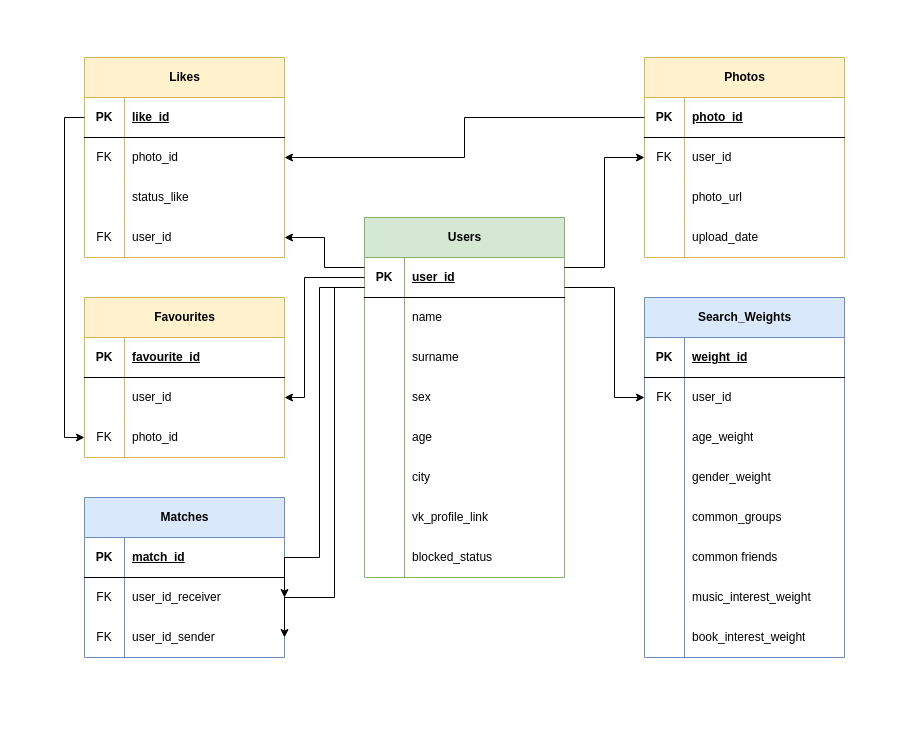
Before: DB/scheme_for_site.drawio in backsty/acquaintances_vkbot, a draw.io diagram. Source tidied: cells renumbered, new cells numbered last; positions are measured from the earlier drawing's top-left corner, leaving out a move shared by most shapes. Both pictures are drawn from the tidied source at 100%, with x=0, y=0 at pixel (84, 57).
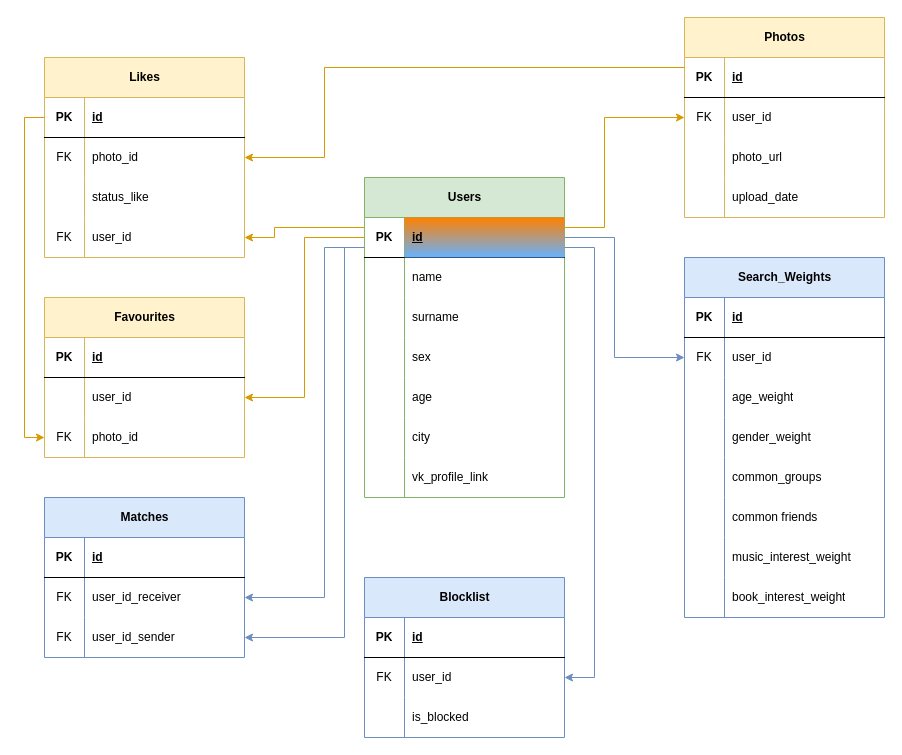
Above is the later version.

The change refers to these unchanged cells:
```xml
<mxCell id="3" style="shape=tableRow;horizontal=0;startSize=0;swimlaneHead=0;swimlaneBody=0;fillColor=none;points=[[0,0.5],[1,0.5]];portConstraint=eastwest;top=0;left=0;right=0;bottom=1;" parent="2" vertex="1">
  <mxGeometry y="40" width="200" height="40" as="geometry" />
</mxCell>
<mxCell id="28" style="shape=tableRow;horizontal=0;startSize=0;swimlaneHead=0;swimlaneBody=0;fillColor=none;top=0;left=0;right=0;bottom=1;" parent="27" vertex="1">
  <mxGeometry y="40" width="200" height="40" as="geometry" />
</mxCell>
<mxCell id="31" style="shape=tableRow;horizontal=0;startSize=0;swimlaneHead=0;swimlaneBody=0;fillColor=none;points=[[0,0.5],[1,0.5]];portConstraint=eastwest;top=0;left=0;right=0;bottom=0;" parent="27" vertex="1">
  <mxGeometry y="80" width="200" height="40" as="geometry" />
</mxCell>
<mxCell id="34" style="shape=tableRow;horizontal=0;startSize=0;swimlaneHead=0;swimlaneBody=0;fillColor=none;points=[[0,0.5],[1,0.5]];portConstraint=eastwest;top=0;left=0;right=0;bottom=0;" parent="27" vertex="1">
  <mxGeometry y="120" width="200" height="40" as="geometry" />
</mxCell>
<mxCell id="38" style="shape=tableRow;horizontal=0;startSize=0;swimlaneHead=0;swimlaneBody=0;fillColor=none;points=[[0,0.5],[1,0.5]];portConstraint=eastwest;top=0;left=0;right=0;bottom=1;" parent="37" vertex="1">
  <mxGeometry y="40" width="200" height="40" as="geometry" />
</mxCell>
<mxCell id="47" style="shape=tableRow;horizontal=0;startSize=0;swimlaneHead=0;swimlaneBody=0;fillColor=none;points=[[0,0.5],[1,0.5]];portConstraint=eastwest;top=0;left=0;right=0;bottom=0;" parent="37" vertex="1">
  <mxGeometry y="160" width="200" height="40" as="geometry" />
</mxCell>
<mxCell id="51" style="shape=tableRow;horizontal=0;startSize=0;swimlaneHead=0;swimlaneBody=0;fillColor=none;points=[[0,0.5],[1,0.5]];portConstraint=eastwest;top=0;left=0;right=0;bottom=1;" parent="50" vertex="1">
  <mxGeometry y="40" width="200" height="40" as="geometry" />
</mxCell>
<mxCell id="54" style="shape=tableRow;horizontal=0;startSize=0;swimlaneHead=0;swimlaneBody=0;fillColor=none;points=[[0,0.5],[1,0.5]];portConstraint=eastwest;top=0;left=0;right=0;bottom=0;" parent="50" vertex="1">
  <mxGeometry y="80" width="200" height="40" as="geometry" />
</mxCell>
<mxCell id="64" style="shape=tableRow;horizontal=0;startSize=0;swimlaneHead=0;swimlaneBody=0;fillColor=none;top=0;left=0;right=0;bottom=1;" parent="63" vertex="1">
  <mxGeometry y="40" width="200" height="40" as="geometry" />
</mxCell>
<mxCell id="67" style="shape=tableRow;horizontal=0;startSize=0;swimlaneHead=0;swimlaneBody=0;fillColor=none;points=[[0,0.5],[1,0.5]];portConstraint=eastwest;top=0;left=0;right=0;bottom=0;" parent="63" vertex="1">
  <mxGeometry y="80" width="200" height="40" as="geometry" />
</mxCell>
<mxCell id="89" style="shape=tableRow;horizontal=0;startSize=0;swimlaneHead=0;swimlaneBody=0;fillColor=none;top=0;left=0;right=0;bottom=1;" parent="88" vertex="1">
  <mxGeometry y="40" width="200" height="40" as="geometry" />
</mxCell>
<mxCell id="92" style="shape=tableRow;horizontal=0;startSize=0;swimlaneHead=0;swimlaneBody=0;fillColor=none;points=[[0,0.5],[1,0.5]];portConstraint=eastwest;top=0;left=0;right=0;bottom=0;" parent="88" vertex="1">
  <mxGeometry y="80" width="200" height="40" as="geometry" />
</mxCell>
<mxCell id="95" style="shape=tableRow;horizontal=0;startSize=0;swimlaneHead=0;swimlaneBody=0;fillColor=none;points=[[0,0.5],[1,0.5]];portConstraint=eastwest;top=0;left=0;right=0;bottom=0;" parent="88" vertex="1">
  <mxGeometry y="120" width="200" height="40" as="geometry" />
</mxCell>
```

Diff of the diagram source:
```diff
@@
     <mxCell id="2" value="Users" style="shape=table;startSize=40;childLayout=tableLayout;rowLines=0;fontStyle=1;align=center;html=1;fillColor=#d5e8d4;strokeColor=#82b366;" parent="1" vertex="1">
-      <mxGeometry x="280" y="160" width="200" height="360" as="geometry" />
+      <mxGeometry x="280" y="120" width="200" height="320" as="geometry" />
     </mxCell>
@@
-    <mxCell id="5" value="user_id" style="shape=partialRectangle;fillColor=none;top=0;left=0;bottom=0;right=0;align=left;spacingLeft=6;fontStyle=5;overflow=hidden;whiteSpace=wrap;html=1;" parent="3" vertex="1">
+    <mxCell id="5" value="id" style="shape=partialRectangle;fillColor=#66B2FF;top=0;left=0;bottom=0;right=0;align=left;spacingLeft=6;fontStyle=5;overflow=hidden;whiteSpace=wrap;html=1;gradientColor=#FF8000;gradientDirection=north;" parent="3" vertex="1">
       <mxGeometry x="40" width="160" height="40" as="geometry" />
     </mxCell>
@@
-    <mxCell id="24" style="shape=tableRow;horizontal=0;startSize=0;swimlaneHead=0;swimlaneBody=0;fillColor=none;top=0;left=0;right=0;bottom=0;" parent="2" vertex="1">
-      <mxGeometry y="320" width="200" height="40" as="geometry" />
-    </mxCell>
-    <mxCell id="25" style="shape=partialRectangle;fillColor=none;top=0;left=0;bottom=0;right=0;overflow=hidden;whiteSpace=wrap;html=1;" parent="24" vertex="1">
-      <mxGeometry width="40" height="40" as="geometry" />
-    </mxCell>
-    <mxCell id="26" value="blocked_status" style="shape=partialRectangle;fillColor=none;top=0;left=0;bottom=0;right=0;align=left;spacingLeft=6;overflow=hidden;whiteSpace=wrap;html=1;" parent="24" vertex="1">
-      <mxGeometry x="40" width="160" height="40" as="geometry" />
-    </mxCell>
     <mxCell id="27" value="Favourites" style="shape=table;startSize=40;childLayout=tableLayout;rowLines=0;fontStyle=1;align=center;html=1;fillColor=#fff2cc;strokeColor=#d6b656;" parent="1" vertex="1">
-      <mxGeometry y="240" width="200" height="160" as="geometry" />
+      <mxGeometry x="-40" y="240" width="200" height="160" as="geometry" />
     </mxCell>
@@
-    <mxCell id="30" value="favourite_id" style="shape=partialRectangle;fillColor=none;top=0;left=0;bottom=0;right=0;align=left;spacingLeft=6;fontStyle=5;overflow=hidden;whiteSpace=wrap;html=1;" parent="28" vertex="1">
+    <mxCell id="30" value="id" style="shape=partialRectangle;fillColor=none;top=0;left=0;bottom=0;right=0;align=left;spacingLeft=6;fontStyle=5;overflow=hidden;whiteSpace=wrap;html=1;" parent="28" vertex="1">
       <mxGeometry x="40" width="160" height="40" as="geometry" />
     </mxCell>
@@
     <mxCell id="37" value="Likes" style="shape=table;startSize=40;childLayout=tableLayout;rowLines=0;fontStyle=1;align=center;html=1;fillColor=#fff2cc;strokeColor=#d6b656;" parent="1" vertex="1">
-      <mxGeometry width="200" height="200" as="geometry" />
+      <mxGeometry x="-40" width="200" height="200" as="geometry" />
     </mxCell>
@@
-    <mxCell id="40" value="like_id" style="shape=partialRectangle;fillColor=none;top=0;left=0;bottom=0;right=0;align=left;spacingLeft=6;fontStyle=5;overflow=hidden;whiteSpace=wrap;html=1;" parent="38" vertex="1">
+    <mxCell id="40" value="id" style="shape=partialRectangle;fillColor=none;top=0;left=0;bottom=0;right=0;align=left;spacingLeft=6;fontStyle=5;overflow=hidden;whiteSpace=wrap;html=1;" parent="38" vertex="1">
       <mxGeometry x="40" width="160" height="40" as="geometry" />
     </mxCell>
@@
     <mxCell id="50" value="Photos" style="shape=table;startSize=40;childLayout=tableLayout;rowLines=0;fontStyle=1;align=center;html=1;fillColor=#fff2cc;strokeColor=#d6b656;" parent="1" vertex="1">
-      <mxGeometry x="560" width="200" height="200" as="geometry" />
+      <mxGeometry x="600" y="-40" width="200" height="200" as="geometry" />
     </mxCell>
@@
-    <mxCell id="53" value="photo_id" style="shape=partialRectangle;fillColor=none;top=0;left=0;bottom=0;right=0;align=left;spacingLeft=6;fontStyle=5;overflow=hidden;whiteSpace=wrap;html=1;" parent="51" vertex="1">
+    <mxCell id="53" value="id" style="shape=partialRectangle;fillColor=none;top=0;left=0;bottom=0;right=0;align=left;spacingLeft=6;fontStyle=5;overflow=hidden;whiteSpace=wrap;html=1;" parent="51" vertex="1">
       <mxGeometry x="40" width="160" height="40" as="geometry" />
     </mxCell>
@@
     <mxCell id="63" value="Search_Weights" style="shape=table;startSize=40;childLayout=tableLayout;rowLines=0;fontStyle=1;align=center;html=1;fillColor=#dae8fc;strokeColor=#6c8ebf;" parent="1" vertex="1">
-      <mxGeometry x="560" y="240" width="200" height="360" as="geometry" />
+      <mxGeometry x="600" y="200" width="200" height="360" as="geometry" />
     </mxCell>
@@
-    <mxCell id="66" value="weight_id" style="shape=partialRectangle;fillColor=none;top=0;left=0;bottom=0;right=0;align=left;spacingLeft=6;fontStyle=5;overflow=hidden;whiteSpace=wrap;html=1;" parent="64" vertex="1">
+    <mxCell id="66" value="id" style="shape=partialRectangle;fillColor=none;top=0;left=0;bottom=0;right=0;align=left;spacingLeft=6;fontStyle=5;overflow=hidden;whiteSpace=wrap;html=1;" parent="64" vertex="1">
       <mxGeometry x="40" width="160" height="40" as="geometry" />
     </mxCell>
@@
     <mxCell id="88" value="Matches" style="shape=table;startSize=40;childLayout=tableLayout;rowLines=0;fontStyle=1;align=center;html=1;fillColor=#dae8fc;strokeColor=#6c8ebf;" parent="1" vertex="1">
-      <mxGeometry y="440" width="200" height="160" as="geometry" />
+      <mxGeometry x="-40" y="440" width="200" height="160" as="geometry" />
     </mxCell>
@@
-    <mxCell id="91" value="match_id" style="shape=partialRectangle;fillColor=none;top=0;left=0;bottom=0;right=0;align=left;spacingLeft=6;fontStyle=5;overflow=hidden;whiteSpace=wrap;html=1;" parent="89" vertex="1">
+    <mxCell id="91" value="id" style="shape=partialRectangle;fillColor=none;top=0;left=0;bottom=0;right=0;align=left;spacingLeft=6;fontStyle=5;overflow=hidden;whiteSpace=wrap;html=1;" parent="89" vertex="1">
       <mxGeometry x="40" width="160" height="40" as="geometry" />
     </mxCell>
@@
-    <mxCell id="98" style="edgeStyle=orthogonalEdgeStyle;rounded=0;jettySize=auto;html=1;entryX=1;entryY=0.5;entryDx=0;entryDy=0;" parent="1" edge="1" source="3" target="31">
+    <mxCell id="98" style="edgeStyle=orthogonalEdgeStyle;rounded=0;jettySize=auto;html=1;entryX=1;entryY=0.5;entryDx=0;entryDy=0;fillColor=#ffe6cc;strokeColor=#d79b00;" parent="1" edge="1" source="3" target="31">
       <mxGeometry relative="1" as="geometry">
         <Array as="points">
-          <mxPoint x="220" y="220" />
+          <mxPoint x="220" y="180" />
           <mxPoint x="220" y="340" />
         </Array>
       </mxGeometry>
     </mxCell>
-    <mxCell id="99" style="edgeStyle=orthogonalEdgeStyle;rounded=0;jettySize=auto;html=1;entryX=1;entryY=0.5;entryDx=0;entryDy=0;" parent="1" edge="1" source="3" target="92">
+    <mxCell id="99" style="edgeStyle=orthogonalEdgeStyle;rounded=0;jettySize=auto;html=1;entryX=1;entryY=0.5;entryDx=0;entryDy=0;fillColor=#dae8fc;strokeColor=#6c8ebf;" parent="1" edge="1" source="3" target="92">
       <mxGeometry relative="1" as="geometry">
         <Array as="points">
-          <mxPoint x="235" y="230" />
-          <mxPoint x="235" y="500" />
+          <mxPoint x="240" y="190" />
+          <mxPoint x="240" y="540" />
         </Array>
       </mxGeometry>
     </mxCell>
-    <mxCell id="100" style="edgeStyle=orthogonalEdgeStyle;rounded=0;jettySize=auto;html=1;entryX=1;entryY=0.5;entryDx=0;entryDy=0;" parent="1" edge="1" source="3" target="95">
+    <mxCell id="100" style="edgeStyle=orthogonalEdgeStyle;rounded=0;jettySize=auto;html=1;entryX=1;entryY=0.5;entryDx=0;entryDy=0;fillColor=#dae8fc;strokeColor=#6c8ebf;" parent="1" edge="1" source="3" target="95">
       <mxGeometry relative="1" as="geometry">
         <Array as="points">
-          <mxPoint x="250" y="230" />
-          <mxPoint x="250" y="540" />
+          <mxPoint x="260" y="190" />
+          <mxPoint x="260" y="580" />
         </Array>
       </mxGeometry>
     </mxCell>
-    <mxCell id="101" style="edgeStyle=orthogonalEdgeStyle;rounded=0;jettySize=auto;html=1;entryX=0;entryY=0.5;entryDx=0;entryDy=0;" parent="1" edge="1" source="3" target="54">
+    <mxCell id="101" style="edgeStyle=orthogonalEdgeStyle;rounded=0;jettySize=auto;html=1;entryX=0;entryY=0.5;entryDx=0;entryDy=0;fillColor=#ffe6cc;strokeColor=#d79b00;" parent="1" edge="1" source="3" target="54">
       <mxGeometry relative="1" as="geometry">
         <Array as="points">
-          <mxPoint x="520" y="210" />
-          <mxPoint x="520" y="100" />
+          <mxPoint x="520" y="170" />
+          <mxPoint x="520" y="60" />
         </Array>
       </mxGeometry>
     </mxCell>
-    <mxCell id="102" style="edgeStyle=orthogonalEdgeStyle;rounded=0;jettySize=auto;html=1;" parent="1" edge="1" source="3" target="67">
+    <mxCell id="102" style="edgeStyle=orthogonalEdgeStyle;rounded=0;jettySize=auto;html=1;fillColor=#dae8fc;strokeColor=#6c8ebf;" parent="1" edge="1" source="3" target="67">
       <mxGeometry relative="1" as="geometry">
         <Array as="points">
-          <mxPoint x="530" y="230" />
-          <mxPoint x="530" y="340" />
+          <mxPoint x="530" y="180" />
+          <mxPoint x="530" y="300" />
         </Array>
       </mxGeometry>
     </mxCell>
-    <mxCell id="103" style="edgeStyle=orthogonalEdgeStyle;rounded=0;jettySize=auto;html=1;entryX=1;entryY=0.5;entryDx=0;entryDy=0;" parent="1" edge="1" source="3" target="47">
+    <mxCell id="103" style="edgeStyle=orthogonalEdgeStyle;rounded=0;jettySize=auto;html=1;entryX=1;entryY=0.5;entryDx=0;entryDy=0;fillColor=#ffe6cc;strokeColor=#d79b00;" parent="1" edge="1" source="3" target="47">
       <mxGeometry relative="1" as="geometry">
         <Array as="points">
-          <mxPoint x="240" y="210" />
-          <mxPoint x="240" y="180" />
+          <mxPoint x="190" y="170" />
+          <mxPoint x="190" y="180" />
         </Array>
       </mxGeometry>
     </mxCell>
-    <mxCell id="104" style="edgeStyle=orthogonalEdgeStyle;rounded=0;jettySize=auto;html=1;entryX=1;entryY=0.5;entryDx=0;entryDy=0;" parent="1" edge="1" source="51" target="37">
-      <mxGeometry relative="1" as="geometry" />
+    <mxCell id="104" style="edgeStyle=orthogonalEdgeStyle;rounded=0;jettySize=auto;html=1;entryX=1;entryY=0.5;entryDx=0;entryDy=0;fillColor=#ffe6cc;strokeColor=#d79b00;" parent="1" edge="1" source="51" target="37">
+      <mxGeometry relative="1" as="geometry">
+        <Array as="points">
+          <mxPoint x="240" y="10" />
+          <mxPoint x="240" y="100" />
+        </Array>
+      </mxGeometry>
     </mxCell>
-    <mxCell id="105" style="edgeStyle=orthogonalEdgeStyle;rounded=0;jettySize=auto;html=1;entryX=0;entryY=0.5;entryDx=0;entryDy=0;" parent="1" edge="1" source="38" target="34">
+    <mxCell id="105" style="edgeStyle=orthogonalEdgeStyle;rounded=0;jettySize=auto;html=1;entryX=0;entryY=0.5;entryDx=0;entryDy=0;fillColor=#ffe6cc;strokeColor=#d79b00;" parent="1" edge="1" source="38" target="34">
       <mxGeometry relative="1" as="geometry" />
     </mxCell>
+    <mxCell id="106" value="Blocklist" style="shape=table;startSize=40;childLayout=tableLayout;rowLines=0;fontStyle=1;align=center;html=1;fillColor=#dae8fc;strokeColor=#6c8ebf;" parent="1" vertex="1">
+      <mxGeometry x="280" y="520" width="200" height="160" as="geometry" />
+    </mxCell>
+    <mxCell id="107" style="shape=tableRow;horizontal=0;startSize=0;swimlaneHead=0;swimlaneBody=0;fillColor=none;top=0;left=0;right=0;bottom=1;" parent="106" vertex="1">
+      <mxGeometry y="40" width="200" height="40" as="geometry" />
+    </mxCell>
+    <mxCell id="108" value="PK" style="shape=partialRectangle;fillColor=none;top=0;left=0;bottom=0;right=0;fontStyle=1;overflow=hidden;whiteSpace=wrap;html=1;" parent="107" vertex="1">
+      <mxGeometry width="40" height="40" as="geometry" />
+    </mxCell>
+    <mxCell id="109" value="id" style="shape=partialRectangle;fillColor=none;top=0;left=0;bottom=0;right=0;align=left;spacingLeft=6;fontStyle=5;overflow=hidden;whiteSpace=wrap;html=1;" parent="107" vertex="1">
+      <mxGeometry x="40" width="160" height="40" as="geometry" />
+    </mxCell>
+    <mxCell id="110" style="shape=tableRow;horizontal=0;startSize=0;swimlaneHead=0;swimlaneBody=0;fillColor=none;points=[[0,0.5],[1,0.5]];portConstraint=eastwest;top=0;left=0;right=0;bottom=0;" parent="106" vertex="1">
+      <mxGeometry y="80" width="200" height="40" as="geometry" />
+    </mxCell>
+    <mxCell id="111" value="FK" style="shape=partialRectangle;fillColor=none;top=0;left=0;bottom=0;right=0;overflow=hidden;whiteSpace=wrap;html=1;" parent="110" vertex="1">
+      <mxGeometry width="40" height="40" as="geometry" />
+    </mxCell>
+    <mxCell id="112" value="user_id" style="shape=partialRectangle;fillColor=none;top=0;left=0;bottom=0;right=0;align=left;spacingLeft=6;overflow=hidden;whiteSpace=wrap;html=1;" parent="110" vertex="1">
+      <mxGeometry x="40" width="160" height="40" as="geometry" />
+    </mxCell>
+    <mxCell id="113" style="shape=tableRow;horizontal=0;startSize=0;swimlaneHead=0;swimlaneBody=0;fillColor=none;top=0;left=0;right=0;bottom=0;" parent="106" vertex="1">
+      <mxGeometry y="120" width="200" height="40" as="geometry" />
+    </mxCell>
+    <mxCell id="25" style="shape=partialRectangle;fillColor=none;top=0;left=0;bottom=0;right=0;overflow=hidden;whiteSpace=wrap;html=1;" parent="113" vertex="1">
+      <mxGeometry width="40" height="40" as="geometry" />
+    </mxCell>
+    <mxCell id="114" value="is_blocked" style="shape=partialRectangle;fillColor=none;top=0;left=0;bottom=0;right=0;align=left;spacingLeft=6;overflow=hidden;whiteSpace=wrap;html=1;" parent="113" vertex="1">
+      <mxGeometry x="40" width="160" height="40" as="geometry" />
+    </mxCell>
+    <mxCell id="115" style="edgeStyle=orthogonalEdgeStyle;rounded=0;jettySize=auto;html=1;entryX=1;entryY=0.5;entryDx=0;entryDy=0;fillColor=#dae8fc;strokeColor=#6c8ebf;" parent="1" edge="1" source="3" target="110">
+      <mxGeometry relative="1" as="geometry">
+        <Array as="points">
+          <mxPoint x="510" y="190" />
+          <mxPoint x="510" y="620" />
+        </Array>
+      </mxGeometry>
+    </mxCell>
```
